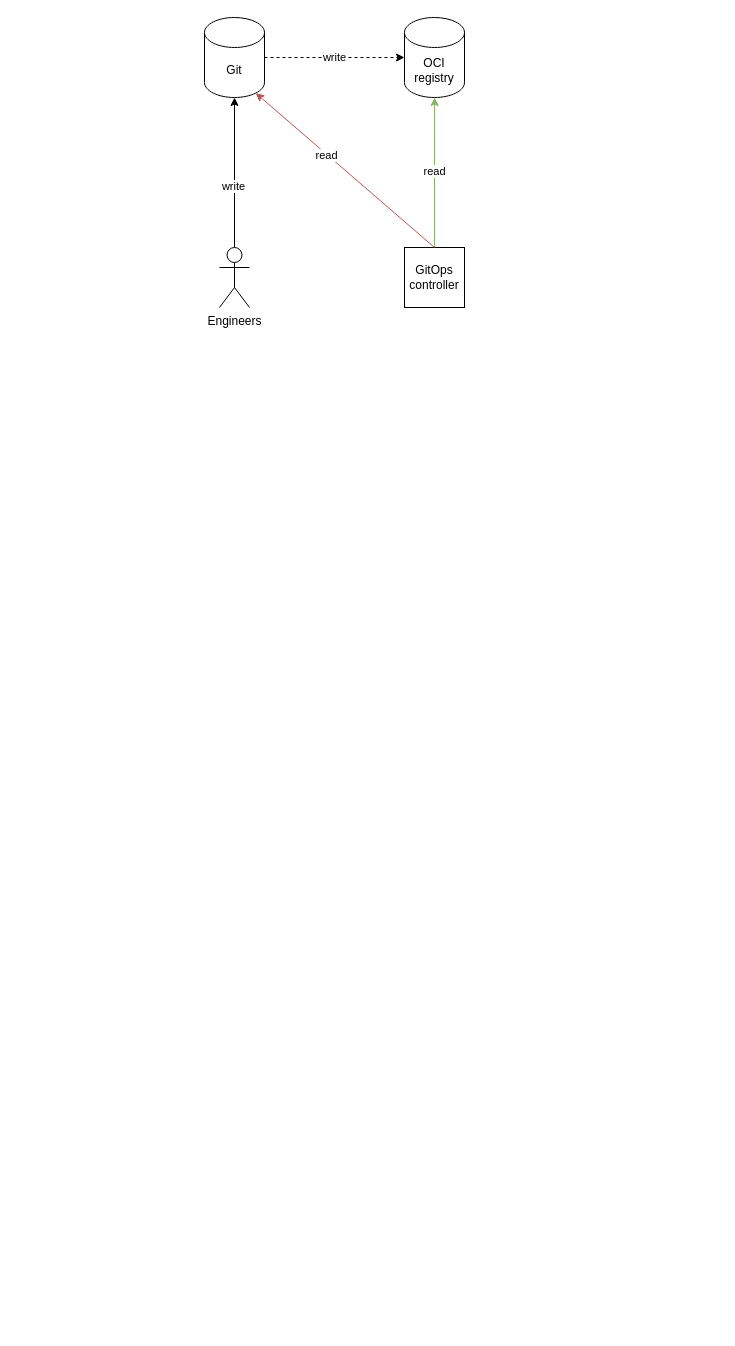
The draw.io diagram gitops-with-oci.drawio in khuedoan/diagrams, before the edit. Source tidied: cells renumbered, new cells numbered last; positions are measured from the earlier drawing's top-left corner, leaving out a move shared by most shapes. Both pictures are drawn from the tidied source at 100%, with x=0, y=0 at pixel (204, 17).
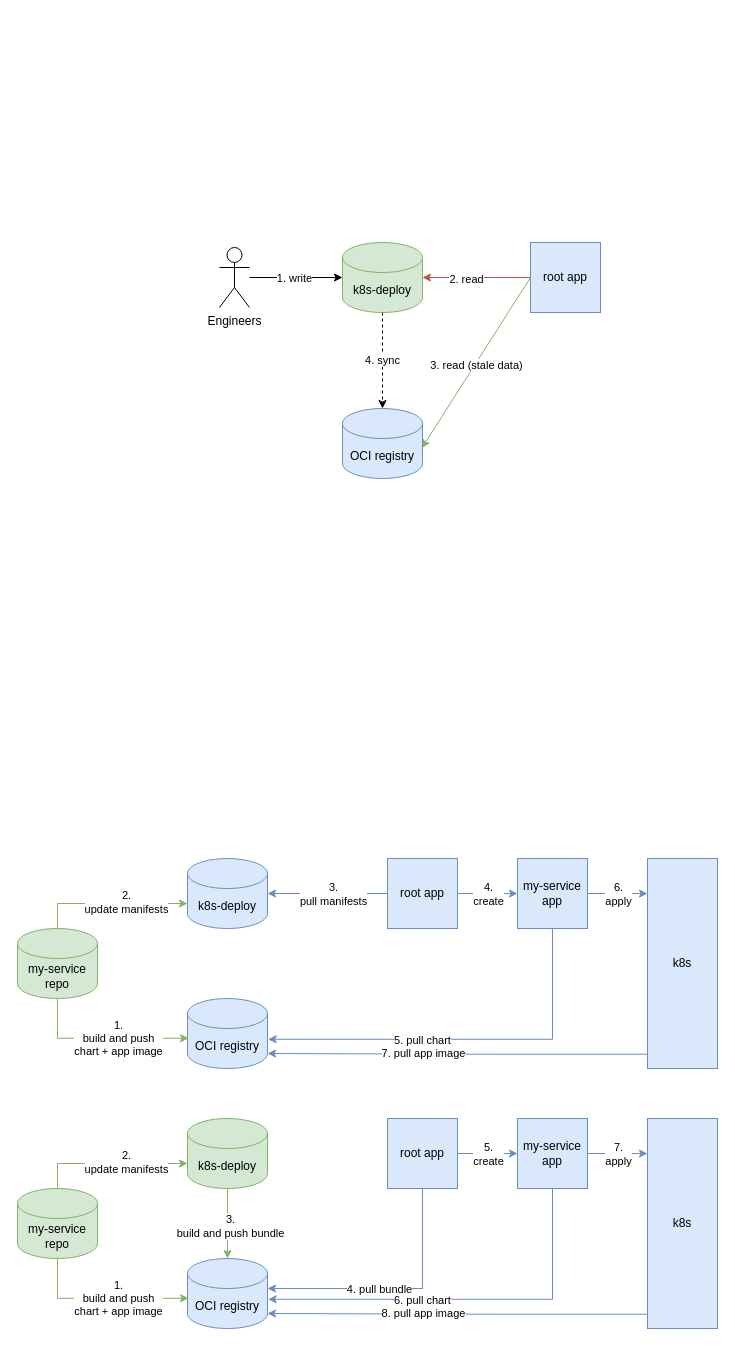
The same diagram, later.

Change to the diagram source:
```diff
@@
-    <mxCell id="2" value="OCI registry" style="shape=cylinder3;whiteSpace=wrap;html=1;boundedLbl=1;backgroundOutline=1;size=15;" parent="1" vertex="1">
-      <mxGeometry x="200" width="60" height="80" as="geometry" />
-    </mxCell>
-    <mxCell id="3" value="Git" style="shape=cylinder3;whiteSpace=wrap;html=1;boundedLbl=1;backgroundOutline=1;size=15;" parent="1" vertex="1">
-      <mxGeometry width="60" height="80" as="geometry" />
-    </mxCell>
-    <mxCell id="4" style="edgeStyle=orthogonalEdgeStyle;rounded=0;jettySize=auto;html=1;" parent="1" edge="1" source="6">
-      <mxGeometry relative="1" as="geometry">
-        <mxPoint x="30" y="80" as="targetPoint" />
-      </mxGeometry>
-    </mxCell>
-    <mxCell id="5" value="&lt;div&gt;write&lt;/div&gt;" style="edgeLabel;html=1;align=center;verticalAlign=middle;" parent="4" vertex="1">
-      <mxGeometry x="-0.17" y="2" relative="1" as="geometry" />
-    </mxCell>
-    <mxCell id="6" value="&lt;div&gt;Engineers&lt;/div&gt;" style="shape=umlActor;verticalLabelPosition=bottom;verticalAlign=top;html=1;outlineConnect=0;" parent="1" vertex="1">
-      <mxGeometry x="15" y="230" width="30" height="60" as="geometry" />
-    </mxCell>
-    <mxCell id="7" style="edgeStyle=orthogonalEdgeStyle;rounded=0;jettySize=auto;html=1;exitX=0.5;exitY=0;exitDx=0;exitDy=0;fillColor=#d5e8d4;strokeColor=#82b366;" parent="1" edge="1" source="9">
-      <mxGeometry relative="1" as="geometry">
-        <mxPoint x="230.1" y="80" as="targetPoint" />
-      </mxGeometry>
+    <mxCell id="7" style="rounded=0;jettySize=auto;html=1;exitX=0;exitY=0.5;exitDx=0;exitDy=0;fillColor=#d5e8d4;strokeColor=#82b366;entryX=0.992;entryY=0.565;entryDx=0;entryDy=0;entryPerimeter=0;" parent="1" edge="1" source="57" target="55">
+      <mxGeometry relative="1" as="geometry" />
     </mxCell>
-    <mxCell id="8" value="read" style="edgeLabel;html=1;align=center;verticalAlign=middle;" parent="7" vertex="1">
+    <mxCell id="8" value="3. read (stale data)" style="edgeLabel;html=1;align=center;verticalAlign=middle;" parent="7" vertex="1">
       <mxGeometry x="0.02" y="1" relative="1" as="geometry" />
     </mxCell>
-    <mxCell id="9" value="GitOps controller" style="whiteSpace=wrap;html=1;" parent="1" vertex="1">
-      <mxGeometry x="200" y="230" width="60" height="60" as="geometry" />
-    </mxCell>
-    <mxCell id="10" value="write" style="edgeStyle=orthogonalEdgeStyle;rounded=0;jettySize=auto;html=1;entryX=0;entryY=0.5;entryDx=0;entryDy=0;entryPerimeter=0;dashed=1;" parent="1" edge="1" source="3" target="2">
+    <mxCell id="10" value="&lt;div&gt;4. sync&lt;/div&gt;" style="edgeStyle=orthogonalEdgeStyle;rounded=0;jettySize=auto;html=1;entryX=0.5;entryY=0;entryDx=0;entryDy=0;entryPerimeter=0;dashed=1;exitX=0.5;exitY=1;exitDx=0;exitDy=0;exitPerimeter=0;" parent="1" edge="1" source="56" target="55">
       <mxGeometry relative="1" as="geometry" />
     </mxCell>
-    <mxCell id="11" style="rounded=0;jettySize=auto;html=1;exitX=0.5;exitY=0;exitDx=0;exitDy=0;entryX=0.855;entryY=1;entryDx=0;entryDy=-4.35;entryPerimeter=0;strokeColor=#b85450;fillColor=#f8cecc;" parent="1" edge="1" source="9" target="3">
+    <mxCell id="11" style="rounded=0;jettySize=auto;html=1;exitX=0;exitY=0.5;exitDx=0;exitDy=0;entryX=1;entryY=0.5;entryDx=0;entryDy=0;entryPerimeter=0;strokeColor=#b85450;fillColor=#f8cecc;" parent="1" edge="1" source="57" target="56">
       <mxGeometry relative="1" as="geometry" />
     </mxCell>
-    <mxCell id="12" value="&lt;div&gt;read&lt;/div&gt;" style="edgeLabel;html=1;align=center;verticalAlign=middle;" parent="11" vertex="1">
+    <mxCell id="12" value="&lt;div&gt;2. read&lt;br&gt;&lt;/div&gt;" style="edgeLabel;html=1;align=center;verticalAlign=middle;" parent="11" vertex="1">
       <mxGeometry x="0.2" y="1" relative="1" as="geometry" />
     </mxCell>
+    <mxCell id="13" value="k8s-deploy" style="shape=cylinder3;whiteSpace=wrap;html=1;boundedLbl=1;backgroundOutline=1;size=15;fillColor=#dae8fc;strokeColor=#6c8ebf;" parent="1" vertex="1">
+      <mxGeometry x="-17" y="841" width="80" height="70" as="geometry" />
+    </mxCell>
+    <mxCell id="14" value="OCI registry" style="shape=cylinder3;whiteSpace=wrap;html=1;boundedLbl=1;backgroundOutline=1;size=15;fillColor=#dae8fc;strokeColor=#6c8ebf;" parent="1" vertex="1">
+      <mxGeometry x="-17" y="981" width="80" height="70" as="geometry" />
+    </mxCell>
+    <mxCell id="15" value="my-service repo" style="shape=cylinder3;whiteSpace=wrap;html=1;boundedLbl=1;backgroundOutline=1;size=15;fillColor=#d5e8d4;strokeColor=#82b366;" parent="1" vertex="1">
+      <mxGeometry x="-187" y="911" width="80" height="70" as="geometry" />
+    </mxCell>
+    <mxCell id="16" style="edgeStyle=orthogonalEdgeStyle;rounded=0;jettySize=auto;html=1;entryX=0;entryY=0.5;entryDx=0;entryDy=0;fillColor=#dae8fc;strokeColor=#6c8ebf;" parent="1" edge="1" source="18" target="19">
+      <mxGeometry relative="1" as="geometry" />
+    </mxCell>
+    <mxCell id="17" value="&lt;div&gt;4.&lt;/div&gt;&lt;div&gt;create&lt;/div&gt;" style="edgeLabel;html=1;align=center;verticalAlign=middle;" parent="16" vertex="1">
+      <mxGeometry x="-0.33" y="-1" relative="1" as="geometry">
+        <mxPoint x="10" y="-1" as="offset" />
+      </mxGeometry>
+    </mxCell>
+    <mxCell id="18" value="root app" style="rounded=0;whiteSpace=wrap;html=1;fillColor=#dae8fc;strokeColor=#6c8ebf;" parent="1" vertex="1">
+      <mxGeometry x="183" y="841" width="70" height="70" as="geometry" />
+    </mxCell>
+    <mxCell id="19" value="my-service app" style="rounded=0;whiteSpace=wrap;html=1;fillColor=#dae8fc;strokeColor=#6c8ebf;" parent="1" vertex="1">
+      <mxGeometry x="313" y="841" width="70" height="70" as="geometry" />
+    </mxCell>
+    <mxCell id="20" value="k8s" style="rounded=0;whiteSpace=wrap;html=1;fillColor=#dae8fc;strokeColor=#6c8ebf;" parent="1" vertex="1">
+      <mxGeometry x="443" y="841" width="70" height="210" as="geometry" />
+    </mxCell>
+    <mxCell id="21" style="edgeStyle=orthogonalEdgeStyle;rounded=0;jettySize=auto;html=1;entryX=0;entryY=0.167;entryDx=0;entryDy=0;entryPerimeter=0;fillColor=#dae8fc;strokeColor=#6c8ebf;" parent="1" edge="1" source="19" target="20">
+      <mxGeometry relative="1" as="geometry" />
+    </mxCell>
+    <mxCell id="22" value="6.&lt;div&gt;apply&lt;/div&gt;" style="edgeLabel;html=1;align=center;verticalAlign=middle;" parent="21" vertex="1">
+      <mxGeometry x="-0.21" relative="1" as="geometry">
+        <mxPoint x="6" as="offset" />
+      </mxGeometry>
+    </mxCell>
+    <mxCell id="23" style="edgeStyle=orthogonalEdgeStyle;rounded=0;jettySize=auto;html=1;entryX=0;entryY=0;entryDx=0;entryDy=45;entryPerimeter=0;exitX=0.5;exitY=0;exitDx=0;exitDy=0;exitPerimeter=0;fillColor=#d5e8d4;strokeColor=#82b366;" parent="1" edge="1" source="15" target="13">
+      <mxGeometry relative="1" as="geometry" />
+    </mxCell>
+    <mxCell id="24" value="&lt;div&gt;2.&lt;/div&gt;&lt;div&gt;update manifests&lt;/div&gt;" style="edgeLabel;html=1;align=center;verticalAlign=middle;" parent="23" vertex="1">
+      <mxGeometry x="-0.1" y="-1" relative="1" as="geometry">
+        <mxPoint x="23" y="-3" as="offset" />
+      </mxGeometry>
+    </mxCell>
+    <mxCell id="25" style="edgeStyle=orthogonalEdgeStyle;rounded=0;jettySize=auto;html=1;entryX=0.014;entryY=0.568;entryDx=0;entryDy=0;entryPerimeter=0;exitX=0.5;exitY=1;exitDx=0;exitDy=0;exitPerimeter=0;fillColor=#d5e8d4;strokeColor=#82b366;" parent="1" edge="1" source="15" target="14">
+      <mxGeometry relative="1" as="geometry" />
+    </mxCell>
+    <mxCell id="26" value="1.&lt;div&gt;build and push&lt;/div&gt;&lt;div&gt;chart + app image&lt;/div&gt;" style="edgeLabel;html=1;align=center;verticalAlign=middle;" parent="25" vertex="1">
+      <mxGeometry x="-0.26" y="2" relative="1" as="geometry">
+        <mxPoint x="37" y="2" as="offset" />
+      </mxGeometry>
+    </mxCell>
+    <mxCell id="27" style="edgeStyle=orthogonalEdgeStyle;rounded=0;jettySize=auto;html=1;entryX=1;entryY=0.5;entryDx=0;entryDy=0;entryPerimeter=0;fillColor=#dae8fc;strokeColor=#6c8ebf;" parent="1" edge="1" source="18" target="13">
+      <mxGeometry relative="1" as="geometry" />
+    </mxCell>
+    <mxCell id="28" value="&lt;div&gt;3.&lt;/div&gt;&lt;div&gt;pull manifests&lt;/div&gt;" style="edgeLabel;html=1;align=center;verticalAlign=middle;" parent="27" vertex="1">
+      <mxGeometry x="0.3" y="-1" relative="1" as="geometry">
+        <mxPoint x="23" y="1" as="offset" />
+      </mxGeometry>
+    </mxCell>
+    <mxCell id="29" style="edgeStyle=orthogonalEdgeStyle;rounded=0;jettySize=auto;html=1;entryX=1;entryY=1;entryDx=0;entryDy=-15;entryPerimeter=0;exitX=-0.003;exitY=0.932;exitDx=0;exitDy=0;exitPerimeter=0;fillColor=#dae8fc;strokeColor=#6c8ebf;" parent="1" edge="1" source="20" target="14">
+      <mxGeometry relative="1" as="geometry" />
+    </mxCell>
+    <mxCell id="30" value="7. pull app image" style="edgeLabel;html=1;align=center;verticalAlign=middle;" parent="29" vertex="1">
+      <mxGeometry x="0.21" y="-1" relative="1" as="geometry">
+        <mxPoint x="5" as="offset" />
+      </mxGeometry>
+    </mxCell>
+    <mxCell id="31" style="edgeStyle=orthogonalEdgeStyle;rounded=0;jettySize=auto;html=1;entryX=1.008;entryY=0.583;entryDx=0;entryDy=0;entryPerimeter=0;exitX=0.5;exitY=1;exitDx=0;exitDy=0;fillColor=#dae8fc;strokeColor=#6c8ebf;" parent="1" edge="1" source="19" target="14">
+      <mxGeometry relative="1" as="geometry" />
+    </mxCell>
+    <mxCell id="32" value="5. pull chart" style="edgeLabel;html=1;align=center;verticalAlign=middle;" parent="31" vertex="1">
+      <mxGeometry x="-0.07" y="1" relative="1" as="geometry">
+        <mxPoint x="-57" as="offset" />
+      </mxGeometry>
+    </mxCell>
+    <mxCell id="33" value="k8s-deploy" style="shape=cylinder3;whiteSpace=wrap;html=1;boundedLbl=1;backgroundOutline=1;size=15;fillColor=#d5e8d4;strokeColor=#82b366;" parent="1" vertex="1">
+      <mxGeometry x="-17" y="1101" width="80" height="70" as="geometry" />
+    </mxCell>
+    <mxCell id="34" value="OCI registry" style="shape=cylinder3;whiteSpace=wrap;html=1;boundedLbl=1;backgroundOutline=1;size=15;fillColor=#dae8fc;strokeColor=#6c8ebf;" parent="1" vertex="1">
+      <mxGeometry x="-17" y="1241" width="80" height="70" as="geometry" />
+    </mxCell>
+    <mxCell id="35" value="my-service repo" style="shape=cylinder3;whiteSpace=wrap;html=1;boundedLbl=1;backgroundOutline=1;size=15;fillColor=#d5e8d4;strokeColor=#82b366;" parent="1" vertex="1">
+      <mxGeometry x="-187" y="1171" width="80" height="70" as="geometry" />
+    </mxCell>
+    <mxCell id="36" style="edgeStyle=orthogonalEdgeStyle;rounded=0;jettySize=auto;html=1;entryX=0;entryY=0.5;entryDx=0;entryDy=0;fillColor=#dae8fc;strokeColor=#6c8ebf;" parent="1" edge="1" source="38" target="39">
+      <mxGeometry relative="1" as="geometry" />
+    </mxCell>
+    <mxCell id="37" value="&lt;div&gt;5.&lt;/div&gt;&lt;div&gt;create&lt;/div&gt;" style="edgeLabel;html=1;align=center;verticalAlign=middle;" parent="36" vertex="1">
+      <mxGeometry x="-0.33" y="-1" relative="1" as="geometry">
+        <mxPoint x="10" y="-1" as="offset" />
+      </mxGeometry>
+    </mxCell>
+    <mxCell id="38" value="root app" style="rounded=0;whiteSpace=wrap;html=1;fillColor=#dae8fc;strokeColor=#6c8ebf;" parent="1" vertex="1">
+      <mxGeometry x="183" y="1101" width="70" height="70" as="geometry" />
+    </mxCell>
+    <mxCell id="39" value="my-service app" style="rounded=0;whiteSpace=wrap;html=1;fillColor=#dae8fc;strokeColor=#6c8ebf;" parent="1" vertex="1">
+      <mxGeometry x="313" y="1101" width="70" height="70" as="geometry" />
+    </mxCell>
+    <mxCell id="40" value="k8s" style="rounded=0;whiteSpace=wrap;html=1;fillColor=#dae8fc;strokeColor=#6c8ebf;" parent="1" vertex="1">
+      <mxGeometry x="443" y="1101" width="70" height="210" as="geometry" />
+    </mxCell>
+    <mxCell id="41" style="edgeStyle=orthogonalEdgeStyle;rounded=0;jettySize=auto;html=1;entryX=0;entryY=0.167;entryDx=0;entryDy=0;entryPerimeter=0;fillColor=#dae8fc;strokeColor=#6c8ebf;" parent="1" edge="1" source="39" target="40">
+      <mxGeometry relative="1" as="geometry" />
+    </mxCell>
+    <mxCell id="42" value="7.&lt;div&gt;apply&lt;/div&gt;" style="edgeLabel;html=1;align=center;verticalAlign=middle;" parent="41" vertex="1">
+      <mxGeometry x="-0.21" relative="1" as="geometry">
+        <mxPoint x="6" as="offset" />
+      </mxGeometry>
+    </mxCell>
+    <mxCell id="43" style="edgeStyle=orthogonalEdgeStyle;rounded=0;jettySize=auto;html=1;entryX=0;entryY=0;entryDx=0;entryDy=45;entryPerimeter=0;exitX=0.5;exitY=0;exitDx=0;exitDy=0;exitPerimeter=0;fillColor=#d5e8d4;strokeColor=#82b366;" parent="1" edge="1" source="35" target="33">
+      <mxGeometry relative="1" as="geometry" />
+    </mxCell>
+    <mxCell id="44" value="2.&lt;br&gt;&lt;div&gt;update manifests&lt;/div&gt;" style="edgeLabel;html=1;align=center;verticalAlign=middle;" parent="43" vertex="1">
+      <mxGeometry x="-0.1" y="-1" relative="1" as="geometry">
+        <mxPoint x="23" y="-3" as="offset" />
+      </mxGeometry>
+    </mxCell>
+    <mxCell id="45" style="edgeStyle=orthogonalEdgeStyle;rounded=0;jettySize=auto;html=1;entryX=0.014;entryY=0.568;entryDx=0;entryDy=0;entryPerimeter=0;exitX=0.5;exitY=1;exitDx=0;exitDy=0;exitPerimeter=0;fillColor=#d5e8d4;strokeColor=#82b366;" parent="1" edge="1" source="35" target="34">
+      <mxGeometry relative="1" as="geometry" />
+    </mxCell>
+    <mxCell id="46" value="&lt;div&gt;1.&lt;br&gt;&lt;/div&gt;&lt;div&gt;build and push&lt;/div&gt;&lt;div&gt;chart + app image&lt;/div&gt;" style="edgeLabel;html=1;align=center;verticalAlign=middle;" parent="45" vertex="1">
+      <mxGeometry x="-0.26" y="2" relative="1" as="geometry">
+        <mxPoint x="37" y="2" as="offset" />
+      </mxGeometry>
+    </mxCell>
+    <mxCell id="47" style="edgeStyle=orthogonalEdgeStyle;rounded=0;jettySize=auto;html=1;entryX=1;entryY=0.429;entryDx=0;entryDy=0;entryPerimeter=0;fillColor=#dae8fc;strokeColor=#6c8ebf;exitX=0.5;exitY=1;exitDx=0;exitDy=0;" parent="1" edge="1" source="38" target="34">
+      <mxGeometry relative="1" as="geometry" />
+    </mxCell>
+    <mxCell id="48" value="4. pull bundle" style="edgeLabel;html=1;align=center;verticalAlign=middle;" parent="47" vertex="1">
+      <mxGeometry x="0.3" y="-1" relative="1" as="geometry">
+        <mxPoint x="23" y="1" as="offset" />
+      </mxGeometry>
+    </mxCell>
+    <mxCell id="49" style="edgeStyle=orthogonalEdgeStyle;rounded=0;jettySize=auto;html=1;entryX=1;entryY=1;entryDx=0;entryDy=-15;entryPerimeter=0;exitX=-0.003;exitY=0.932;exitDx=0;exitDy=0;exitPerimeter=0;fillColor=#dae8fc;strokeColor=#6c8ebf;" parent="1" edge="1" source="40" target="34">
+      <mxGeometry relative="1" as="geometry" />
+    </mxCell>
+    <mxCell id="50" value="8. pull app image" style="edgeLabel;html=1;align=center;verticalAlign=middle;" parent="49" vertex="1">
+      <mxGeometry x="0.21" y="-1" relative="1" as="geometry">
+        <mxPoint x="5" as="offset" />
+      </mxGeometry>
+    </mxCell>
+    <mxCell id="51" style="edgeStyle=orthogonalEdgeStyle;rounded=0;jettySize=auto;html=1;entryX=1.008;entryY=0.583;entryDx=0;entryDy=0;entryPerimeter=0;exitX=0.5;exitY=1;exitDx=0;exitDy=0;fillColor=#dae8fc;strokeColor=#6c8ebf;" parent="1" edge="1" source="39" target="34">
+      <mxGeometry relative="1" as="geometry" />
+    </mxCell>
+    <mxCell id="52" value="6. pull chart" style="edgeLabel;html=1;align=center;verticalAlign=middle;" parent="51" vertex="1">
+      <mxGeometry x="-0.07" y="1" relative="1" as="geometry">
+        <mxPoint x="-57" as="offset" />
+      </mxGeometry>
+    </mxCell>
+    <mxCell id="53" style="edgeStyle=orthogonalEdgeStyle;rounded=0;jettySize=auto;html=1;fillColor=#d5e8d4;strokeColor=#82b366;" parent="1" edge="1" source="33">
+      <mxGeometry relative="1" as="geometry">
+        <mxPoint x="23" y="1241" as="targetPoint" />
+      </mxGeometry>
+    </mxCell>
+    <mxCell id="54" value="3.&lt;br&gt;&lt;div&gt;build and push bundle&lt;/div&gt;" style="edgeLabel;html=1;align=center;verticalAlign=middle;" parent="53" vertex="1">
+      <mxGeometry x="0.07" y="2" relative="1" as="geometry" />
+    </mxCell>
+    <mxCell id="55" value="OCI registry" style="shape=cylinder3;whiteSpace=wrap;html=1;boundedLbl=1;backgroundOutline=1;size=15;fillColor=#dae8fc;strokeColor=#6c8ebf;" parent="1" vertex="1">
+      <mxGeometry x="138" y="391" width="80" height="70" as="geometry" />
+    </mxCell>
+    <mxCell id="56" value="k8s-deploy" style="shape=cylinder3;whiteSpace=wrap;html=1;boundedLbl=1;backgroundOutline=1;size=15;fillColor=#d5e8d4;strokeColor=#82b366;" parent="1" vertex="1">
+      <mxGeometry x="138" y="225" width="80" height="70" as="geometry" />
+    </mxCell>
+    <mxCell id="57" value="root app" style="rounded=0;whiteSpace=wrap;html=1;fillColor=#dae8fc;strokeColor=#6c8ebf;" parent="1" vertex="1">
+      <mxGeometry x="326" y="225" width="70" height="70" as="geometry" />
+    </mxCell>
+    <mxCell id="58" style="edgeStyle=orthogonalEdgeStyle;rounded=0;jettySize=auto;html=1;entryX=0;entryY=0.5;entryDx=0;entryDy=0;entryPerimeter=0;" parent="1" edge="1" source="6" target="56">
+      <mxGeometry relative="1" as="geometry" />
+    </mxCell>
+    <mxCell id="59" value="1. write" style="edgeLabel;html=1;align=center;verticalAlign=middle;" parent="58" vertex="1">
+      <mxGeometry x="-0.28" relative="1" as="geometry">
+        <mxPoint x="11" as="offset" />
+      </mxGeometry>
+    </mxCell>
+    <mxCell id="6" value="Engineers" style="shape=umlActor;verticalLabelPosition=bottom;verticalAlign=top;html=1;outlineConnect=0;" parent="1" vertex="1">
+      <mxGeometry x="15" y="230" width="30" height="60" as="geometry" />
+    </mxCell>
```
